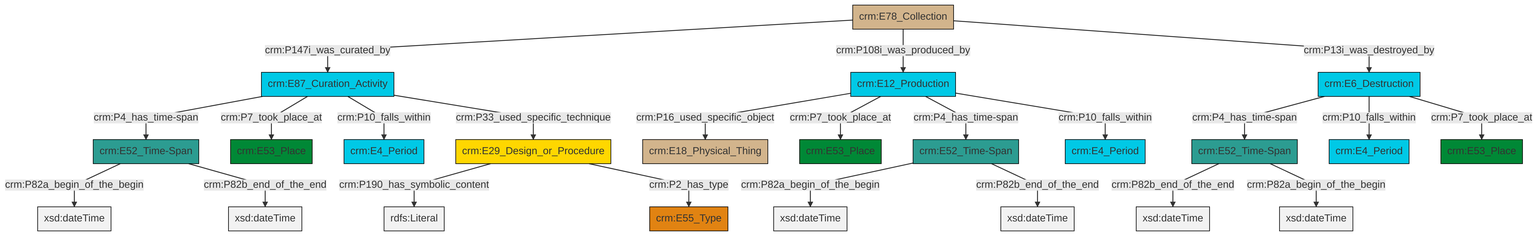
This is et/archivalCSV/ttl/mmd/png/archival_existence.png from swiss-art-research-net/docs.swissartresearch, a Mermaid export, as it was before one commit. Its source is kept beside it as et/archivalCSV/ttl/mmd/archival_existence.ttl.mmd.
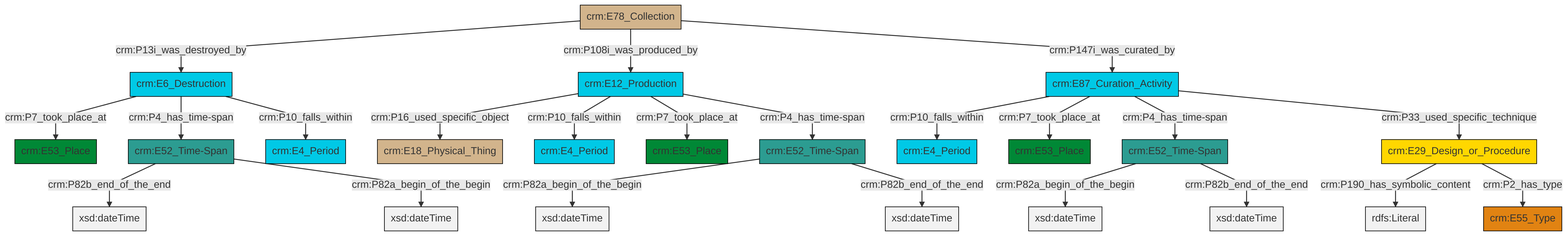
After the change.

What changed in the source:
```diff
@@ -13,25 +13,25 @@
 classDef PC_Classes fill:#4ce600, stroke:#000000;
 classDef Multi fill:#cccccc,stroke:#000000;
 
-8["crm:E78_Collection"]:::Physical_Thing -->|crm:P147i_was_curated_by| 9["crm:E87_Curation_Activity"]:::Temporal_Entity
-10["crm:E12_Production"]:::Temporal_Entity -->|crm:P16_used_specific_object| 11["crm:E18_Physical_Thing"]:::Physical_Thing
-9["crm:E87_Curation_Activity"]:::Temporal_Entity -->|crm:P4_has_time-span| 12["crm:E52_Time-Span"]:::Time-Span
-14["crm:E6_Destruction"]:::Temporal_Entity -->|crm:P4_has_time-span| 15["crm:E52_Time-Span"]:::Time-Span
-6["crm:E52_Time-Span"]:::Time-Span -->|crm:P82a_begin_of_the_begin| 16[xsd:dateTime]:::Literal
-10["crm:E12_Production"]:::Temporal_Entity -->|crm:P7_took_place_at| 19["crm:E53_Place"]:::Place
-9["crm:E87_Curation_Activity"]:::Temporal_Entity -->|crm:P7_took_place_at| 17["crm:E53_Place"]:::Place
-12["crm:E52_Time-Span"]:::Time-Span -->|crm:P82a_begin_of_the_begin| 23[xsd:dateTime]:::Literal
-8["crm:E78_Collection"]:::Physical_Thing -->|crm:P108i_was_produced_by| 10["crm:E12_Production"]:::Temporal_Entity
-14["crm:E6_Destruction"]:::Temporal_Entity -->|crm:P10_falls_within| 4["crm:E4_Period"]:::Temporal_Entity
-15["crm:E52_Time-Span"]:::Time-Span -->|crm:P82b_end_of_the_end| 27[xsd:dateTime]:::Literal
-25["crm:E29_Design_or_Procedure"]:::Conceptual_Object -->|crm:P190_has_symbolic_content| 28[rdfs:Literal]:::Literal
-14["crm:E6_Destruction"]:::Temporal_Entity -->|crm:P7_took_place_at| 2["crm:E53_Place"]:::Place
-8["crm:E78_Collection"]:::Physical_Thing -->|crm:P13i_was_destroyed_by| 14["crm:E6_Destruction"]:::Temporal_Entity
-25["crm:E29_Design_or_Procedure"]:::Conceptual_Object -->|crm:P2_has_type| 20["crm:E55_Type"]:::Type
-9["crm:E87_Curation_Activity"]:::Temporal_Entity -->|crm:P10_falls_within| 29["crm:E4_Period"]:::Temporal_Entity
-6["crm:E52_Time-Span"]:::Time-Span -->|crm:P82b_end_of_the_end| 35[xsd:dateTime]:::Literal
-15["crm:E52_Time-Span"]:::Time-Span -->|crm:P82a_begin_of_the_begin| 36[xsd:dateTime]:::Literal
-10["crm:E12_Production"]:::Temporal_Entity -->|crm:P4_has_time-span| 6["crm:E52_Time-Span"]:::Time-Span
-12["crm:E52_Time-Span"]:::Time-Span -->|crm:P82b_end_of_the_end| 37[xsd:dateTime]:::Literal
-9["crm:E87_Curation_Activity"]:::Temporal_Entity -->|crm:P33_used_specific_technique| 25["crm:E29_Design_or_Procedure"]:::Conceptual_Object
-10["crm:E12_Production"]:::Temporal_Entity -->|crm:P10_falls_within| 0["crm:E4_Period"]:::Temporal_Entity
+2["crm:E78_Collection"]:::Physical_Thing -->|crm:P13i_was_destroyed_by| 0["crm:E6_Destruction"]:::Temporal_Entity
+3["crm:E12_Production"]:::Temporal_Entity -->|crm:P16_used_specific_object| 4["crm:E18_Physical_Thing"]:::Physical_Thing
+5["crm:E29_Design_or_Procedure"]:::Conceptual_Object -->|crm:P190_has_symbolic_content| 6[rdfs:Literal]:::Literal
+7["crm:E52_Time-Span"]:::Time-Span -->|crm:P82b_end_of_the_end| 8[xsd:dateTime]:::Literal
+13["crm:E87_Curation_Activity"]:::Temporal_Entity -->|crm:P10_falls_within| 14["crm:E4_Period"]:::Temporal_Entity
+0["crm:E6_Destruction"]:::Temporal_Entity -->|crm:P7_took_place_at| 15["crm:E53_Place"]:::Place
+2["crm:E78_Collection"]:::Physical_Thing -->|crm:P108i_was_produced_by| 3["crm:E12_Production"]:::Temporal_Entity
+0["crm:E6_Destruction"]:::Temporal_Entity -->|crm:P4_has_time-span| 7["crm:E52_Time-Span"]:::Time-Span
+0["crm:E6_Destruction"]:::Temporal_Entity -->|crm:P10_falls_within| 19["crm:E4_Period"]:::Temporal_Entity
+11["crm:E52_Time-Span"]:::Time-Span -->|crm:P82a_begin_of_the_begin| 24[xsd:dateTime]:::Literal
+13["crm:E87_Curation_Activity"]:::Temporal_Entity -->|crm:P7_took_place_at| 25["crm:E53_Place"]:::Place
+22["crm:E52_Time-Span"]:::Time-Span -->|crm:P82a_begin_of_the_begin| 26[xsd:dateTime]:::Literal
+22["crm:E52_Time-Span"]:::Time-Span -->|crm:P82b_end_of_the_end| 28[xsd:dateTime]:::Literal
+7["crm:E52_Time-Span"]:::Time-Span -->|crm:P82a_begin_of_the_begin| 30[xsd:dateTime]:::Literal
+13["crm:E87_Curation_Activity"]:::Temporal_Entity -->|crm:P4_has_time-span| 22["crm:E52_Time-Span"]:::Time-Span
+2["crm:E78_Collection"]:::Physical_Thing -->|crm:P147i_was_curated_by| 13["crm:E87_Curation_Activity"]:::Temporal_Entity
+3["crm:E12_Production"]:::Temporal_Entity -->|crm:P10_falls_within| 9["crm:E4_Period"]:::Temporal_Entity
+5["crm:E29_Design_or_Procedure"]:::Conceptual_Object -->|crm:P2_has_type| 16["crm:E55_Type"]:::Type
+11["crm:E52_Time-Span"]:::Time-Span -->|crm:P82b_end_of_the_end| 37[xsd:dateTime]:::Literal
+13["crm:E87_Curation_Activity"]:::Temporal_Entity -->|crm:P33_used_specific_technique| 5["crm:E29_Design_or_Procedure"]:::Conceptual_Object
+3["crm:E12_Production"]:::Temporal_Entity -->|crm:P7_took_place_at| 34["crm:E53_Place"]:::Place
+3["crm:E12_Production"]:::Temporal_Entity -->|crm:P4_has_time-span| 11["crm:E52_Time-Span"]:::Time-Span
```
